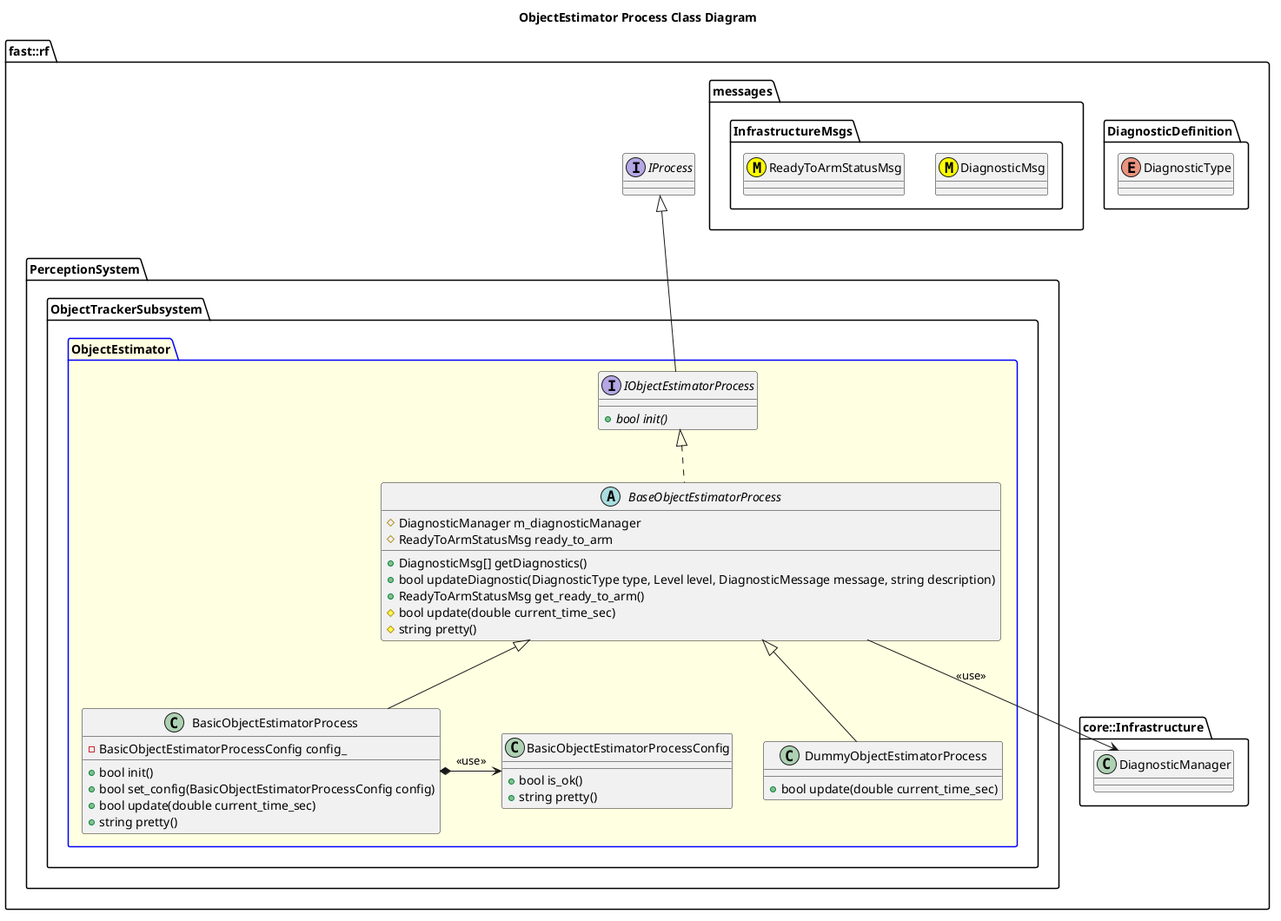
Above: Systems/Perception/Subsystems/ObjectTracker/Processes/ObjectEstimator/doc/puml/ObjectEstimatorProcessClassDiagram.png in fastrobotics/robot_framework (PlantUML), before the change. Its diagram source:
```plantuml
@startuml
title ObjectEstimator Process Class Diagram

namespace fast::rf {
  namespace DiagnosticDefinition {
    enum DiagnosticType
  }
  namespace messages {
    namespace InfrastructureMsgs {
      class DiagnosticMsg <<(M,#FFFF00)>>
      class ReadyToArmStatusMsg <<(M,#FFFF00)>>
    }
  }
  namespace core::Infrastructure {
    class DiagnosticManager
  }
  interface IProcess
  namespace PerceptionSystem {
    namespace ObjectTrackerSubsystem {
      package ObjectEstimator #LightYellow;line:blue {

        interface IObjectEstimatorProcess  {
          +{abstract} bool init()
        }
        IObjectEstimatorProcess -up-|> IProcess
        abstract BaseObjectEstimatorProcess {
          +DiagnosticMsg[] getDiagnostics()
          +bool updateDiagnostic(DiagnosticType type, Level level, DiagnosticMessage message, string description)
          +ReadyToArmStatusMsg get_ready_to_arm()
          #bool update(double current_time_sec)
          #string pretty()
          #DiagnosticManager m_diagnosticManager
          #ReadyToArmStatusMsg ready_to_arm

        }
        BaseObjectEstimatorProcess .up.|> IObjectEstimatorProcess
        BaseObjectEstimatorProcess --> DiagnosticManager: <<use>>
        class BasicObjectEstimatorProcessConfig {
          +bool is_ok()
          +string pretty()
        }
        class BasicObjectEstimatorProcess {
          +bool init()
          +bool set_config(BasicObjectEstimatorProcessConfig config)
          +bool update(double current_time_sec)
	  +string pretty()
          -BasicObjectEstimatorProcessConfig config_
        }
        BasicObjectEstimatorProcess -up-|> BaseObjectEstimatorProcess
        BasicObjectEstimatorProcess *-> BasicObjectEstimatorProcessConfig: <<use>>
        class DummyObjectEstimatorProcess {
          +bool update(double current_time_sec)
        }
        DummyObjectEstimatorProcess -up-|> BaseObjectEstimatorProcess
      }
    }
  }
}
@enduml
```
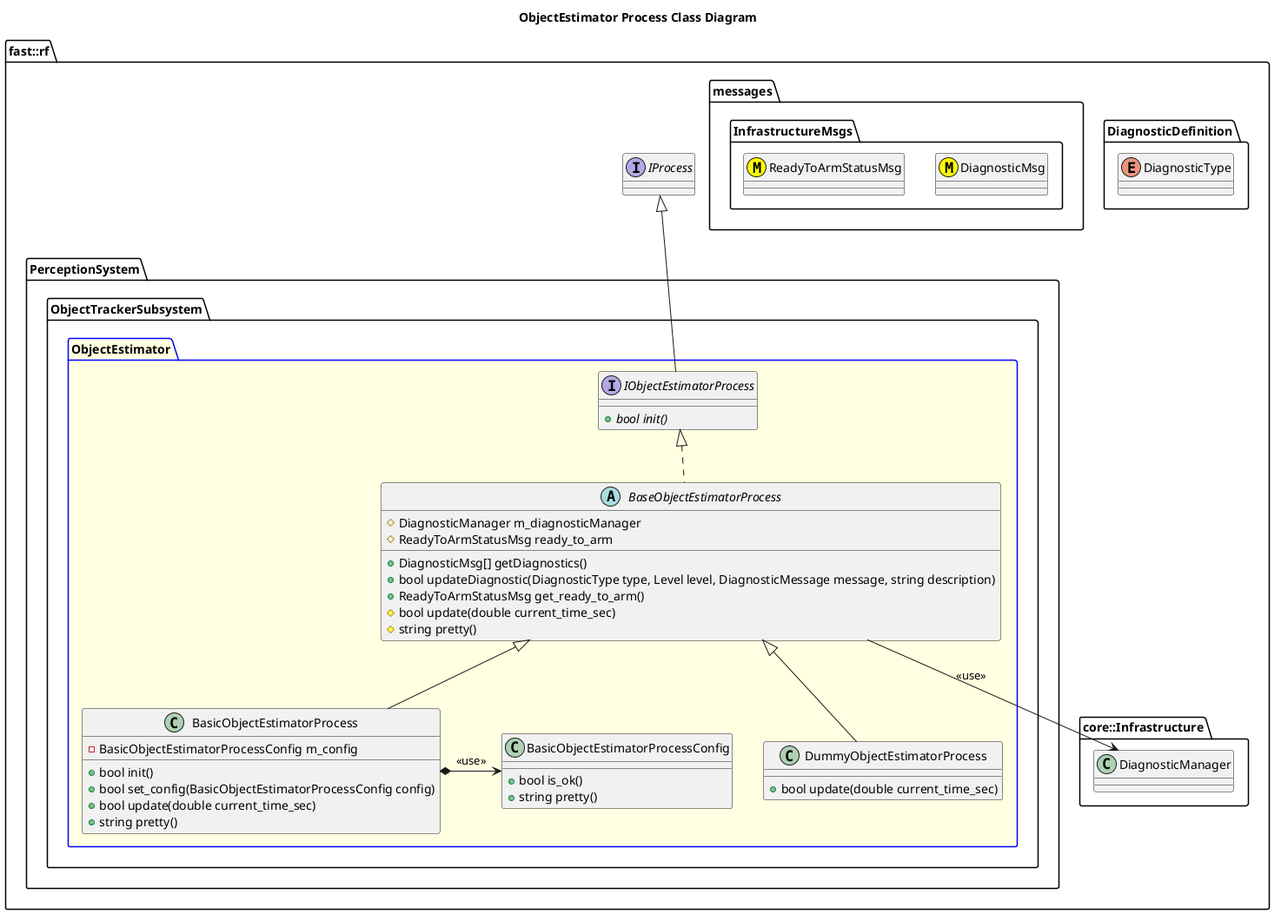
Later version of the same file.

What changed in the source:
```diff
@@ -44,7 +44,7 @@
           +bool set_config(BasicObjectEstimatorProcessConfig config)
           +bool update(double current_time_sec)
 	  +string pretty()
-          -BasicObjectEstimatorProcessConfig config_
+          -BasicObjectEstimatorProcessConfig m_config
         }
         BasicObjectEstimatorProcess -up-|> BaseObjectEstimatorProcess
         BasicObjectEstimatorProcess *-> BasicObjectEstimatorProcessConfig: <<use>>
```
